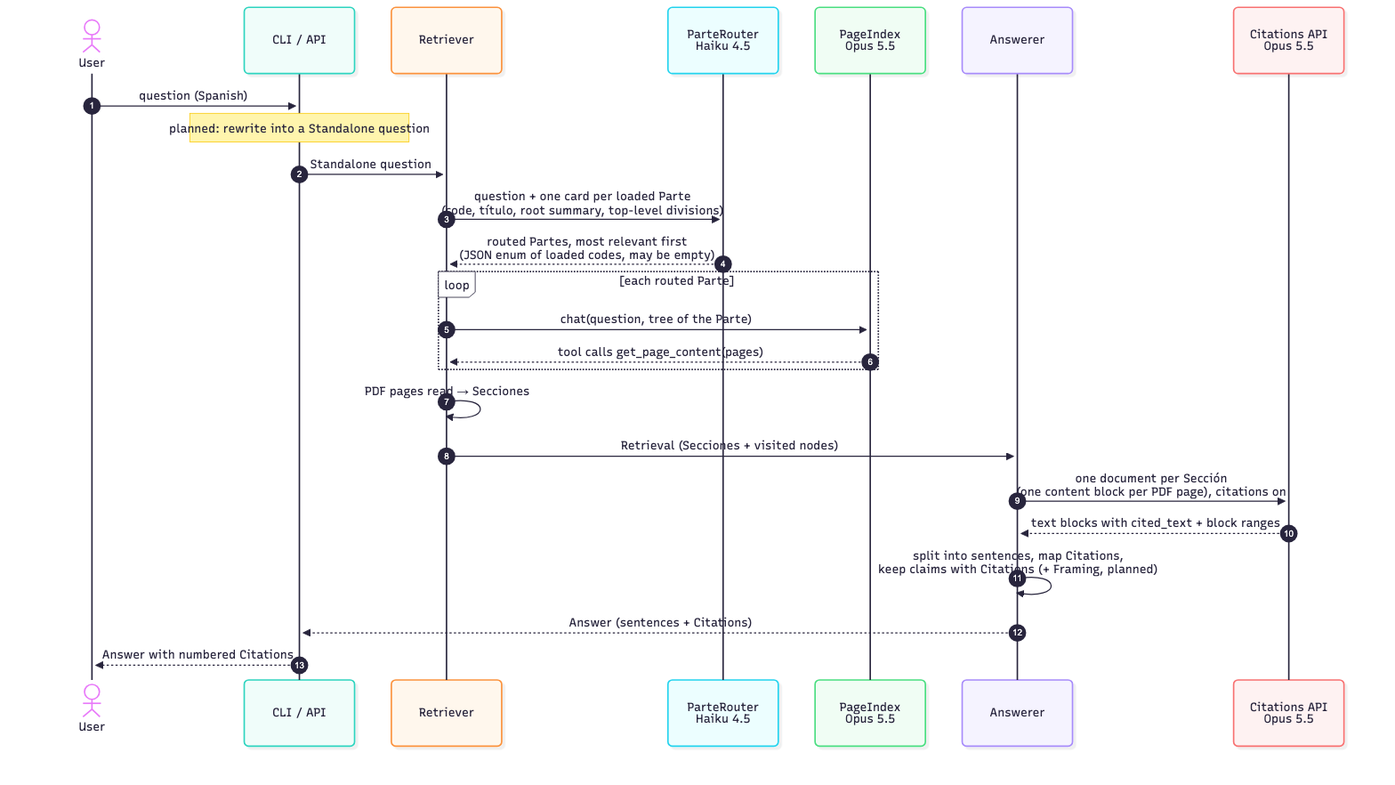
Guernik/raac-rag keeps this Mermaid diagram as docs/diagrams/answering.png. Above is the earlier version. Its source is kept beside it as docs/diagrams/answering.mmd.
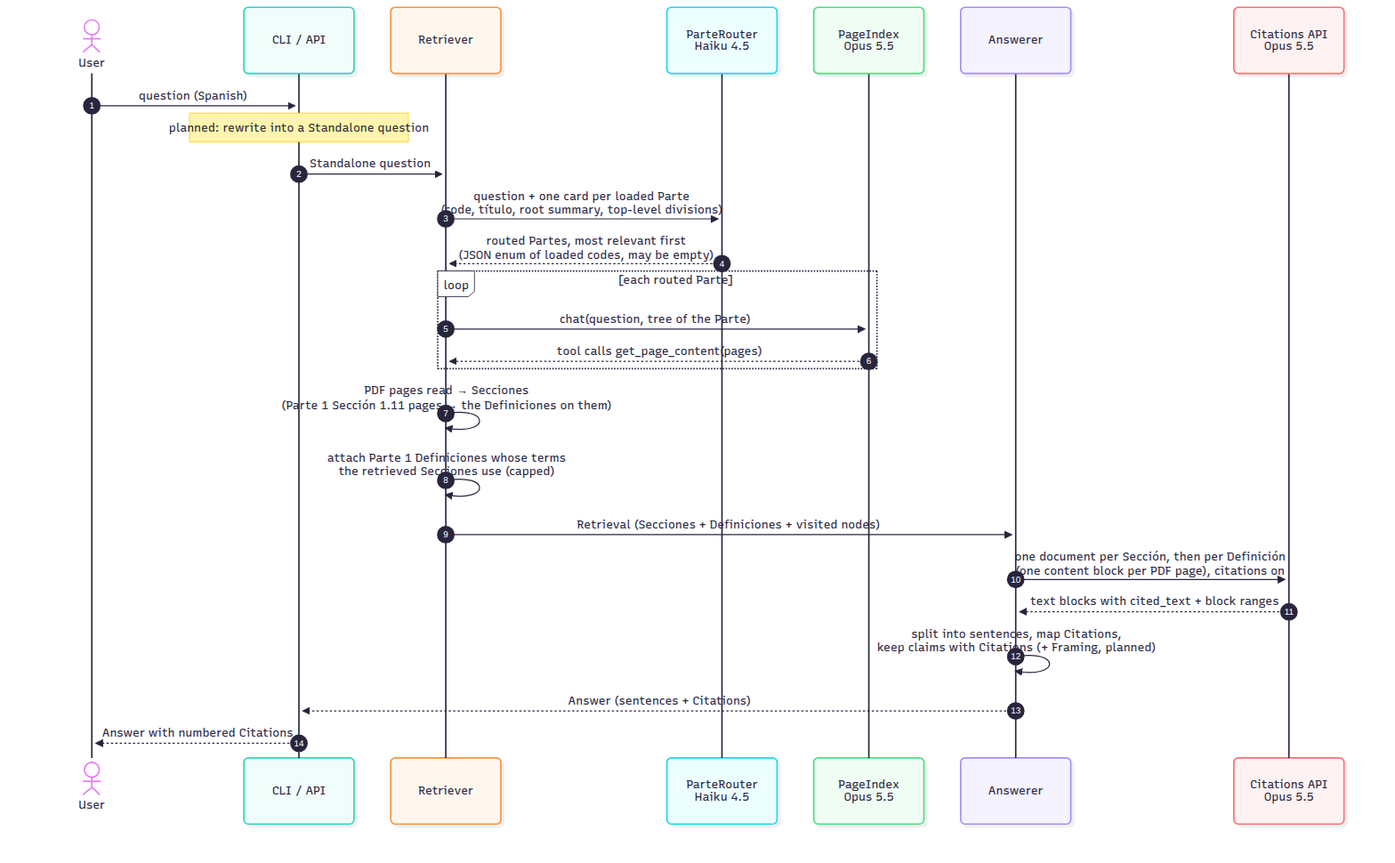
The same file after the commit.

What changed in the source:
```diff
@@ -17,9 +17,10 @@
         R->>P: chat(question, tree of the Parte)
         P-->>R: tool calls get_page_content(pages)
     end
-    R->>R: PDF pages read → Secciones
-    R->>A: Retrieval (Secciones + visited nodes)
-    A->>L: one document per Sección<br/>(one content block per PDF page), citations on
+    R->>R: PDF pages read → Secciones<br/>(Parte 1 Sección 1.11 pages → the Definiciones on them)
+    R->>R: attach Parte 1 Definiciones whose terms<br/>the retrieved Secciones use (capped)
+    R->>A: Retrieval (Secciones + Definiciones + visited nodes)
+    A->>L: one document per Sección, then per Definición<br/>(one content block per PDF page), citations on
     L-->>A: text blocks with cited_text + block ranges
     A->>A: split into sentences, map Citations,<br/>keep claims with Citations (+ Framing, planned)
     A-->>C: Answer (sentences + Citations)
```
